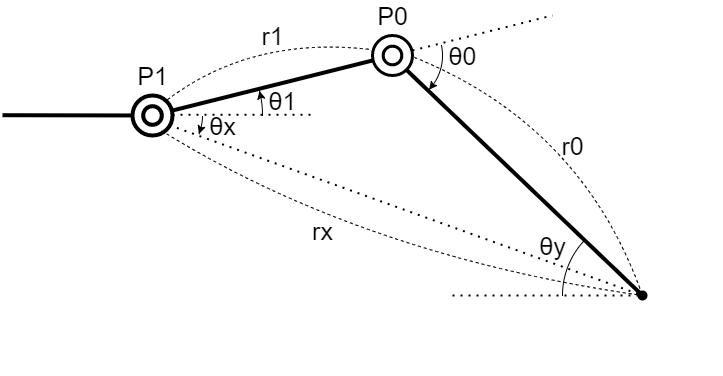
Before: Documents/脚全体図_4.drawio.png, a diagram exported from draw.io (takanezawa0829/robot_contest). Source tidied: cells renumbered, new cells last; positions are measured from the earlier drawing's top-left corner, leaving out a move shared by most shapes.
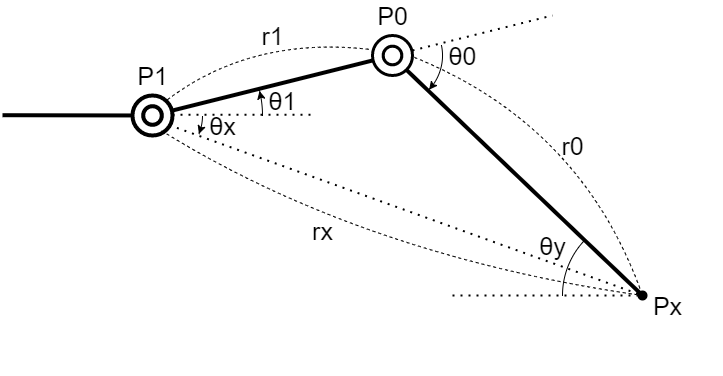
After the commit.

What changed in the source:
```diff
@@ -115,5 +115,8 @@
     <mxCell id="29" value="&lt;span style=&quot;font-size: 25px&quot;&gt;θy&lt;/span&gt;" style="text;html=1;align=center;verticalAlign=middle;strokeColor=none;fillColor=none;" parent="1" vertex="1">
       <mxGeometry x="530" y="230" width="40" height="20" as="geometry" />
     </mxCell>
+    <mxCell id="30" value="&lt;span style=&quot;font-size: 25px&quot;&gt;Px&lt;/span&gt;" style="text;html=1;align=center;verticalAlign=middle;strokeColor=none;fillColor=none;" parent="1" vertex="1">
+      <mxGeometry x="645" y="290" width="40" height="20" as="geometry" />
+    </mxCell>
   </root>
 </mxGraphModel>
```
